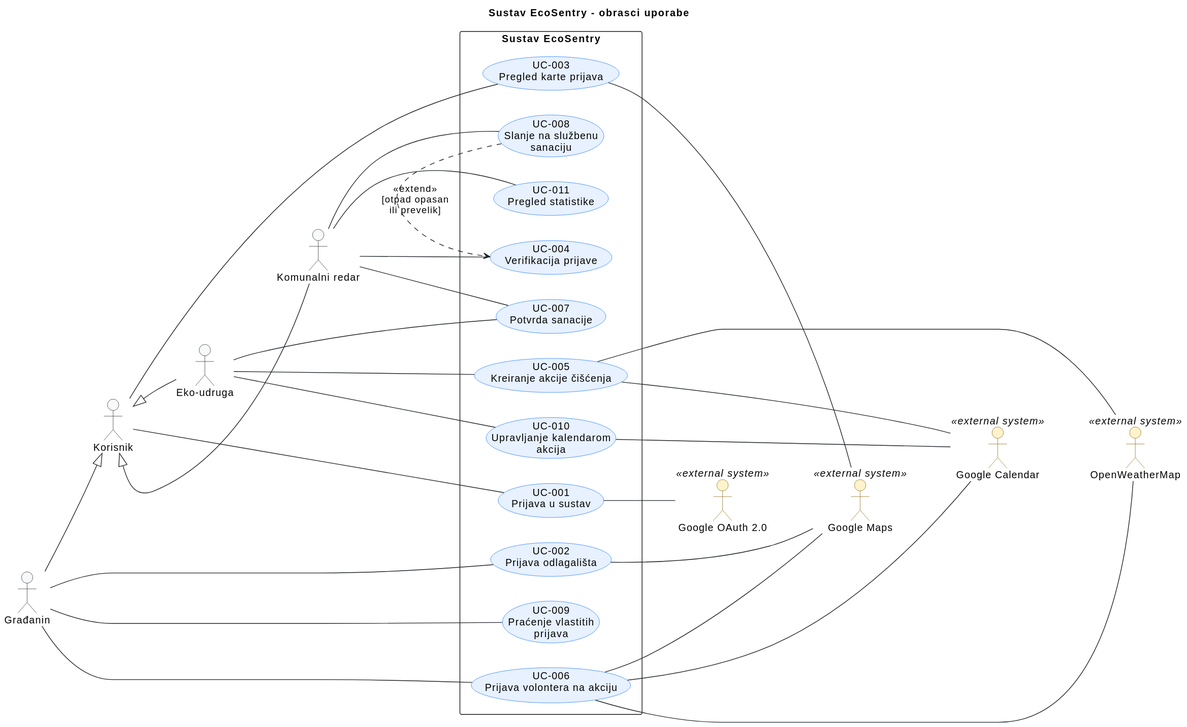
Earlier version of the PlantUML export docs/assets/diagrams/3-1-ecosentry-system-UC.svg (garbage-collectors-fer/garbage-collectors). Its diagram source:
```plantuml
@startuml
title Sustav EcoSentry - obrasci uporabe
left to right direction
skinparam shadowing false
skinparam defaultFontName Arial
skinparam ArrowColor #212529

skinparam actor {
    BackgroundColor #F8F9FA
    BorderColor #212529
    BackgroundColor<<external system>> #FFF3CD
    BorderColor<<external system>> #856404
}

skinparam usecase {
    BackgroundColor #E7F1FF
    BorderColor #0D6EFD
}
actor "Korisnik" as User
actor "Građanin" as Gradan
actor "Eko-udruga" as Udruga
actor "Komunalni redar" as Redar

actor "Google OAuth 2.0" as OAuth <<external system>>
actor "Google Calendar" as Kalendar <<external system>>
actor "OpenWeatherMap" as Weather <<external system>>
actor "Google Maps" as Maps <<external system>>

Gradan -[norank]|> User
Redar -[norank]|> User
Udruga -[norank]|> User

Gradan -[hidden]down-> User
User -[hidden]down-> Udruga
Udruga -[hidden]down-> Redar


OAuth -[hidden]down-> Maps
Maps -[hidden]down-> Kalendar
Kalendar -[hidden]down-> Weather


rectangle "Sustav EcoSentry" {
    usecase "UC-002\nPrijava odlagališta" as UC002
    usecase "UC-009\nPraćenje vlastitih\nprijava" as UC009
    usecase "UC-006\nPrijava volontera na akciju" as UC006

    usecase "UC-001\nPrijava u sustav" as UC001
    usecase "UC-003\nPregled karte prijava" as UC003


    usecase "UC-005\nKreiranje akcije čišćenja" as UC005
    usecase "UC-010\nUpravljanje kalendarom\nakcija" as UC010
    usecase "UC-007\nPotvrda sanacije" as UC007

    usecase "UC-004\nVerifikacija prijave" as UC004
    usecase "UC-008\nSlanje na službenu\nsanaciju" as UC008
    usecase "UC-011\nPregled statistike" as UC011

}

User -- UC001
Gradan -- UC002
User -- UC003
Redar -- UC004
Udruga -- UC005
Gradan -- UC006
Udruga -- UC007
Redar -- UC007
Redar -- UC008
Gradan -- UC009
Udruga -- UC010
Redar -- UC011

UC008 .[norank].> UC004 : <<extend>>\n[otpad opasan\nili prevelik]

UC001 -- OAuth
UC002 -- Maps
UC003 -- Maps
UC005 -- Kalendar
UC005 -- Weather
UC006 -- Kalendar
UC006 -- Maps
UC006 -- Weather
UC010 -- Kalendar
@enduml
```
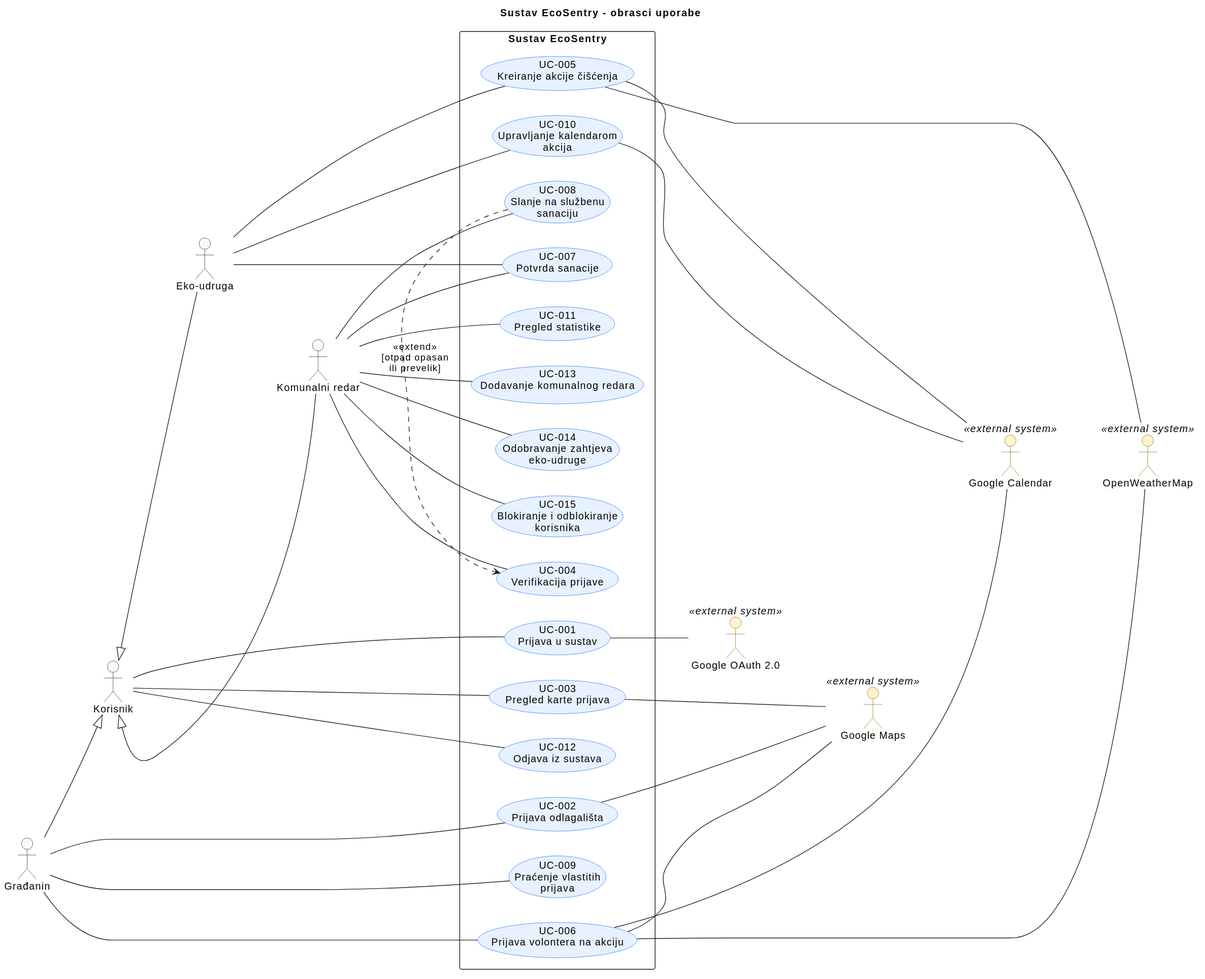
The same diagram one commit later.

Commit message:
Ažuriran UML dijagram obrazaca uporabe

Change to the diagram source:
```diff
@@ -56,6 +56,10 @@
     usecase "UC-004\nVerifikacija prijave" as UC004
     usecase "UC-008\nSlanje na službenu\nsanaciju" as UC008
     usecase "UC-011\nPregled statistike" as UC011
+    usecase "UC-012\nOdjava iz sustava" as UC012
+    usecase "UC-013\nDodavanje komunalnog redara" as UC013
+    usecase "UC-014\nOdobravanje zahtjeva\neko-udruge" as UC014
+    usecase "UC-015\nBlokiranje i odblokiranje\nkorisnika" as UC015
 
 }
 
@@ -71,6 +75,10 @@
 Gradan -- UC009
 Udruga -- UC010
 Redar -- UC011
+User -- UC012
+Redar -- UC013
+Redar -- UC014
+Redar -- UC015
 
 UC008 .[norank].> UC004 : <<extend>>\n[otpad opasan\nili prevelik]
 
```
